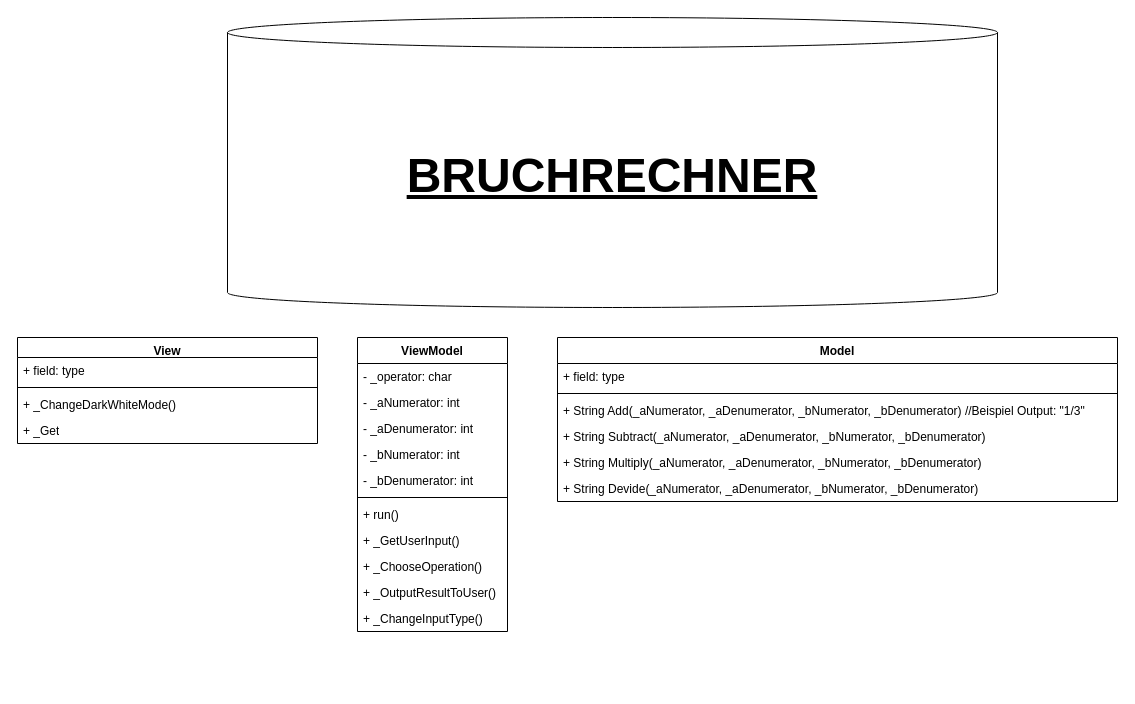
BrassCrafter/Calculator keeps this draw.io diagram as Untitled Diagram.drawio. Above is the earlier version. Source tidied: cells renumbered, new cells numbered last; positions are measured from the earlier drawing's top-left corner, leaving out a move shared by most shapes. Both pictures are drawn from the tidied source at 100%, with x=0, y=0 at pixel (17, 17).
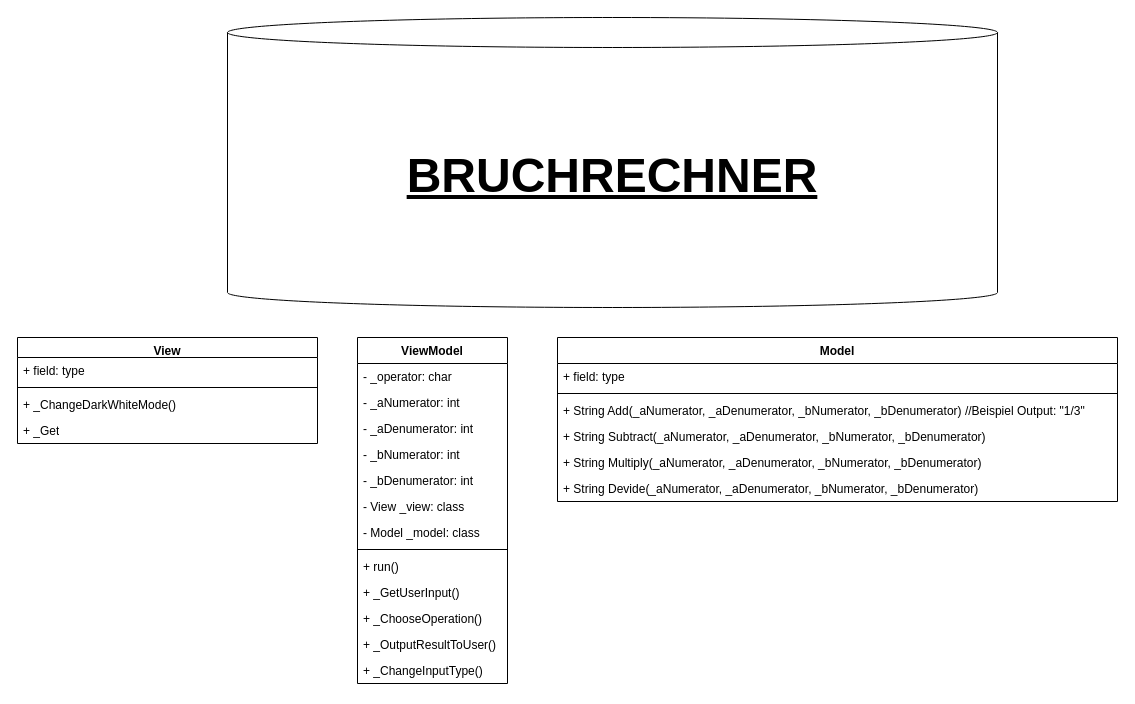
The same page after the edit.

Diff of the diagram source:
```diff
@@
     <mxCell id="7" value="ViewModel&lt;br&gt;" style="swimlane;fontStyle=1;align=center;verticalAlign=top;horizontal=1;startSize=26;whiteSpace=wrap;html=1;" parent="1" vertex="1">
-      <mxGeometry x="340" y="320" width="150" height="294" as="geometry" />
+      <mxGeometry x="340" y="320" width="150" height="346" as="geometry" />
     </mxCell>
@@
+    <mxCell id="27" value="- View _view: class" style="text;strokeColor=none;fillColor=none;align=left;verticalAlign=top;spacingLeft=4;spacingRight=4;overflow=hidden;whiteSpace=wrap;html=1;" parent="7" vertex="1">
+      <mxGeometry y="156" width="150" height="26" as="geometry" />
+    </mxCell>
+    <mxCell id="28" value="- Model _model: class" style="text;strokeColor=none;fillColor=none;align=left;verticalAlign=top;spacingLeft=4;spacingRight=4;overflow=hidden;whiteSpace=wrap;html=1;" parent="7" vertex="1">
+      <mxGeometry y="182" width="150" height="26" as="geometry" />
+    </mxCell>
     <mxCell id="13" style="line;strokeWidth=1;fillColor=none;align=left;verticalAlign=middle;spacingTop=-1;spacingLeft=3;spacingRight=3;labelPosition=right;strokeColor=inherit;" parent="7" vertex="1">
-      <mxGeometry y="156" width="150" height="8" as="geometry" />
+      <mxGeometry y="208" width="150" height="8" as="geometry" />
     </mxCell>
     <mxCell id="14" value="+ run()" style="text;strokeColor=none;fillColor=none;align=left;verticalAlign=top;spacingLeft=4;spacingRight=4;overflow=hidden;whiteSpace=wrap;html=1;" parent="7" vertex="1">
-      <mxGeometry y="164" width="150" height="26" as="geometry" />
+      <mxGeometry y="216" width="150" height="26" as="geometry" />
     </mxCell>
     <mxCell id="15" value="+ _GetUserInput()&lt;br&gt;&amp;nbsp;" style="text;strokeColor=none;fillColor=none;align=left;verticalAlign=top;spacingLeft=4;spacingRight=4;overflow=hidden;whiteSpace=wrap;html=1;" parent="7" vertex="1">
-      <mxGeometry y="190" width="150" height="26" as="geometry" />
+      <mxGeometry y="242" width="150" height="26" as="geometry" />
     </mxCell>
     <mxCell id="16" value="+ _ChooseOperation()" style="text;strokeColor=none;fillColor=none;align=left;verticalAlign=top;spacingLeft=4;spacingRight=4;overflow=hidden;whiteSpace=wrap;html=1;" parent="7" vertex="1">
-      <mxGeometry y="216" width="150" height="26" as="geometry" />
+      <mxGeometry y="268" width="150" height="26" as="geometry" />
     </mxCell>
     <mxCell id="17" value="+ _OutputResultToUser()&lt;br&gt;" style="text;strokeColor=none;fillColor=none;align=left;verticalAlign=top;spacingLeft=4;spacingRight=4;overflow=hidden;whiteSpace=wrap;html=1;" parent="7" vertex="1">
-      <mxGeometry y="242" width="150" height="26" as="geometry" />
+      <mxGeometry y="294" width="150" height="26" as="geometry" />
     </mxCell>
     <mxCell id="18" value="+ _ChangeInputType()" style="text;strokeColor=none;fillColor=none;align=left;verticalAlign=top;spacingLeft=4;spacingRight=4;overflow=hidden;whiteSpace=wrap;html=1;" parent="7" vertex="1">
-      <mxGeometry y="268" width="150" height="26" as="geometry" />
+      <mxGeometry y="320" width="150" height="26" as="geometry" />
     </mxCell>
```
